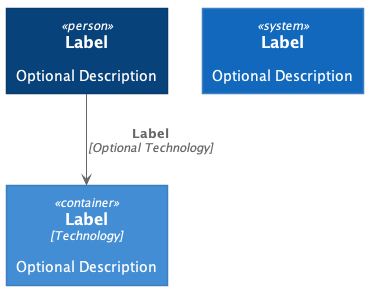
Before: istio/images/test.png, a diagram exported from PlantUML (cloudurable/kube-training).
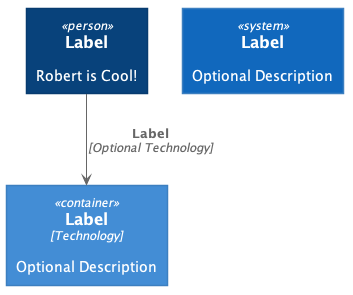
After the change.

Diff of the diagram source:
```diff
@@ -132,7 +132,7 @@
 
 
 
-rectangle "==Label\n\n Optional Description" <<person>> as personAlias
+rectangle "==Label\n\n Robert is Cool!" <<person>> as personAlias
 rectangle "==Label\n//<size:12>[Technology]</size>//\n\n Optional Description" <<container>> as containerAlias
 rectangle "==Label\n\n Optional Description" <<system>> as systemAlias
 
```
